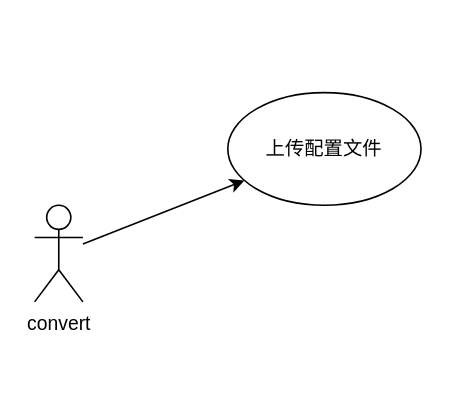
Jasson/meerkat-convert keeps this draw.io diagram as page "用例需求" (1 of 2) of meerkat-convert.drawio. Above is the earlier version. Source tidied: cells renumbered, new cells numbered last; positions are measured from the earlier drawing's top-left corner, leaving out a move shared by most shapes. Both pictures are drawn from the tidied source at 161%, with x=0, y=0 at pixel (34, 92).
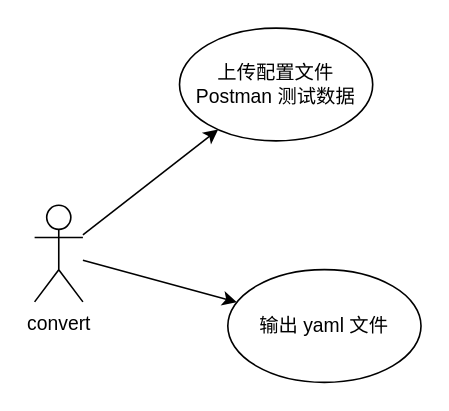
After the change.

Change to the diagram source:
```diff
@@
 <mxGraphModel>
   <root>
     <mxCell id="0" />
     <mxCell id="1" parent="0" />
     <mxCell id="2" style="rounded=0;jettySize=auto;html=1;" parent="1" edge="1" source="3" target="4">
       <mxGeometry relative="1" as="geometry" />
     </mxCell>
+    <mxCell id="5" style="edgeStyle=none;rounded=0;jettySize=auto;html=1;" parent="1" edge="1" source="3" target="6">
+      <mxGeometry relative="1" as="geometry" />
+    </mxCell>
     <mxCell id="3" value="convert" style="shape=umlActor;verticalLabelPosition=bottom;verticalAlign=top;html=1;" parent="1" vertex="1">
       <mxGeometry y="70" width="30" height="60" as="geometry" />
     </mxCell>
-    <mxCell id="4" value="上传配置文件" style="ellipse;whiteSpace=wrap;html=1;" parent="1" vertex="1">
-      <mxGeometry x="120" width="120" height="70" as="geometry" />
+    <mxCell id="4" value="上传配置文件Postman 测试数据" style="ellipse;whiteSpace=wrap;html=1;" parent="1" vertex="1">
+      <mxGeometry x="90" y="-40" width="120" height="70" as="geometry" />
     </mxCell>
+    <mxCell id="6" value="输出 yaml 文件" style="ellipse;whiteSpace=wrap;html=1;" parent="1" vertex="1">
+      <mxGeometry x="120" y="110" width="120" height="70" as="geometry" />
+    </mxCell>
   </root>
 </mxGraphModel>
```
